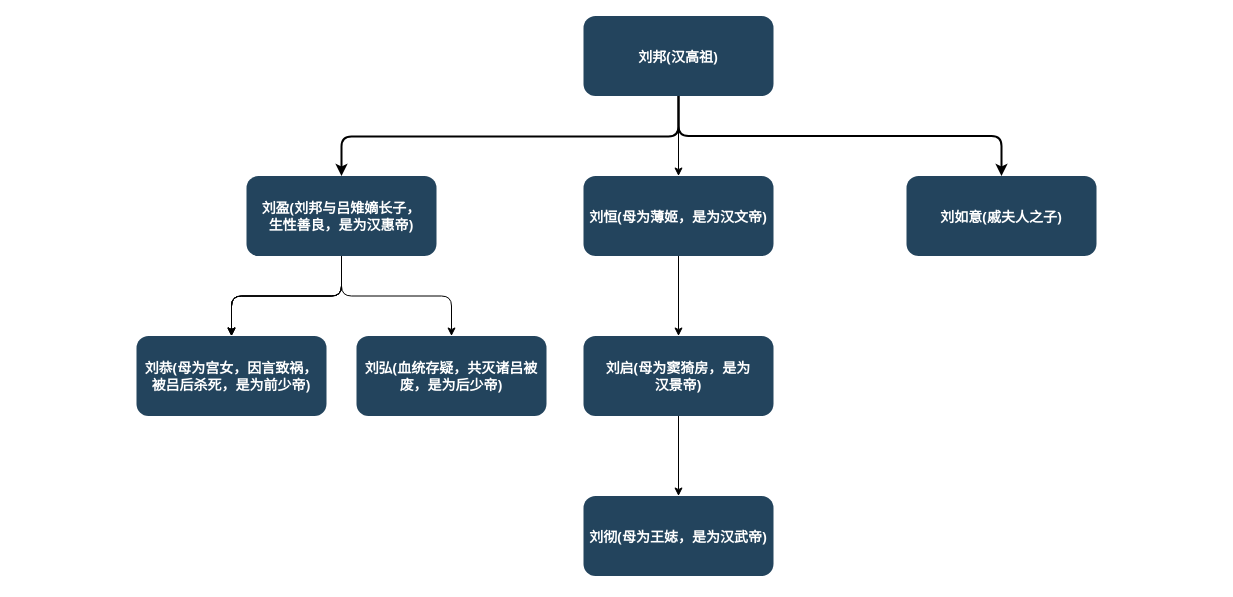
Before: 汉代帝王谱系.drawio in uzvg/diagrams, a draw.io diagram. Source tidied: cells renumbered, new cells numbered last; positions are measured from the earlier drawing's top-left corner, leaving out a move shared by most shapes. Both pictures are drawn from the tidied source at 100%, with x=0, y=0 at pixel (136, 16).
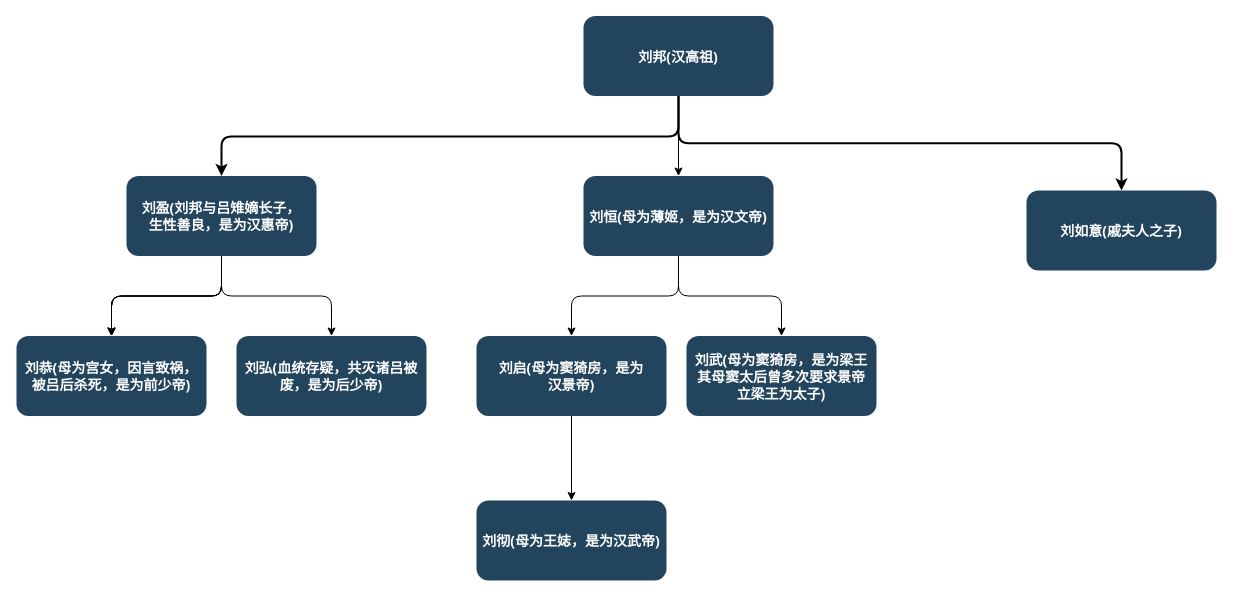
The same page after the edit.

Commit message:
Update 汉代帝王谱系.drawio

Unchanged cells that the change refers to:
```xml
<mxCell id="16" value="刘恒(母为薄姬，是为汉文帝)" style="rounded=1;fillColor=#23445D;gradientColor=none;strokeColor=none;fontColor=#FFFFFF;fontStyle=1;fontFamily=Tahoma;fontSize=14;" parent="1" vertex="1">
  <mxGeometry x="447" y="159.5" width="190" height="80" as="geometry" />
</mxCell>
```

The edit, as a diff of the source:
```diff
@@
     <mxCell id="10" value="刘盈(刘邦与吕雉嫡长子，&#10;生性善良，是为汉惠帝)" style="rounded=1;fillColor=#23445D;gradientColor=none;strokeColor=none;fontColor=#FFFFFF;fontStyle=1;fontFamily=Tahoma;fontSize=14;" parent="1" vertex="1">
-      <mxGeometry x="110" y="159.5" width="190" height="80" as="geometry" />
+      <mxGeometry x="-10" y="159.5" width="190" height="80" as="geometry" />
     </mxCell>
@@
     <mxCell id="12" value="刘如意(戚夫人之子)" style="rounded=1;fillColor=#23445D;gradientColor=none;strokeColor=none;fontColor=#FFFFFF;fontStyle=1;fontFamily=Tahoma;fontSize=14;" parent="1" vertex="1">
-      <mxGeometry x="770" y="159.5" width="190" height="80" as="geometry" />
+      <mxGeometry x="890" y="174" width="190" height="80" as="geometry" />
     </mxCell>
     <mxCell id="13" value="刘恭(母为宫女，因言致祸，&#10;被吕后杀死，是为前少帝)" style="rounded=1;fillColor=#23445D;gradientColor=none;strokeColor=none;fontColor=#FFFFFF;fontStyle=1;fontFamily=Tahoma;fontSize=14;" parent="1" vertex="1">
-      <mxGeometry y="319.5" width="190" height="80" as="geometry" />
+      <mxGeometry x="-120" y="319.5" width="190" height="80" as="geometry" />
     </mxCell>
     <mxCell id="14" value="刘弘(血统存疑，共灭诸吕被&#10;废，是为后少帝)" style="rounded=1;fillColor=#23445D;gradientColor=none;strokeColor=none;fontColor=#FFFFFF;fontStyle=1;fontFamily=Tahoma;fontSize=14;" parent="1" vertex="1">
-      <mxGeometry x="220" y="319.5" width="190" height="80" as="geometry" />
+      <mxGeometry x="100" y="319.5" width="190" height="80" as="geometry" />
     </mxCell>
@@
+    <mxCell id="20" style="edgeStyle=orthogonalEdgeStyle;rounded=1;jettySize=auto;html=1;exitX=0.5;exitY=1;exitDx=0;exitDy=0;curved=0;" parent="1" edge="1" source="16" target="21">
+      <mxGeometry relative="1" as="geometry" />
+    </mxCell>
@@
     <mxCell id="18" value="刘启(母为窦猗房，是为&#10;汉景帝)" style="rounded=1;fillColor=#23445D;gradientColor=none;strokeColor=none;fontColor=#FFFFFF;fontStyle=1;fontFamily=Tahoma;fontSize=14;" parent="1" vertex="1">
-      <mxGeometry x="447" y="319.5" width="190" height="80" as="geometry" />
+      <mxGeometry x="340" y="319.5" width="190" height="80" as="geometry" />
     </mxCell>
     <mxCell id="19" value="刘彻(母为王娡，是为汉武帝)" style="rounded=1;fillColor=#23445D;gradientColor=none;strokeColor=none;fontColor=#FFFFFF;fontStyle=1;fontFamily=Tahoma;fontSize=14;" parent="1" vertex="1">
-      <mxGeometry x="447" y="479.5" width="190" height="80" as="geometry" />
+      <mxGeometry x="340" y="484" width="190" height="80" as="geometry" />
     </mxCell>
+    <mxCell id="21" value="刘武(母为窦猗房，是为梁王&#10;其母窦太后曾多次要求景帝&#10;立梁王为太子)" style="rounded=1;fillColor=#23445D;gradientColor=none;strokeColor=none;fontColor=#FFFFFF;fontStyle=1;fontFamily=Tahoma;fontSize=14;" parent="1" vertex="1">
+      <mxGeometry x="550" y="319.5" width="190" height="80" as="geometry" />
+    </mxCell>
```
